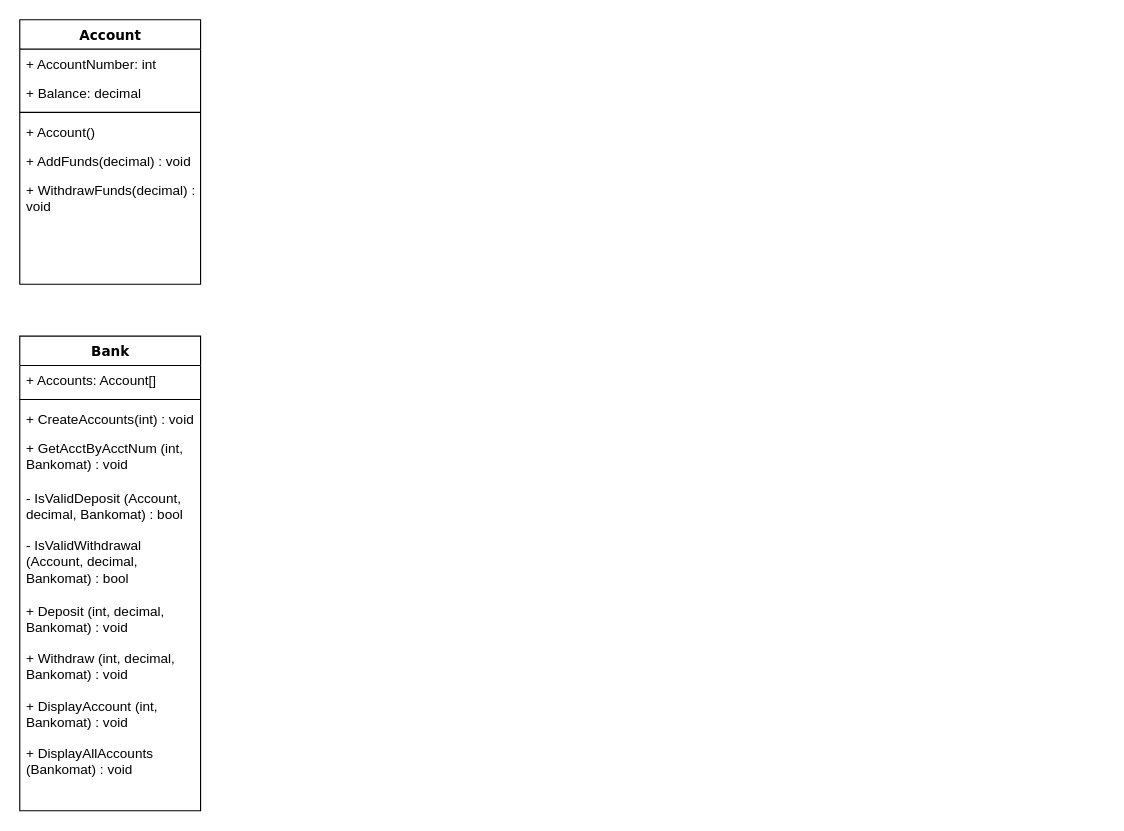
davidabrowning/sy25s-oop keeps this draw.io diagram as UppgiftBankomat/Bankomat Class Diagram.drawio. Above is the earlier version. Source tidied: cells renumbered, new cells numbered last; positions are measured from the earlier drawing's top-left corner, leaving out a move shared by most shapes. Both pictures are drawn from the tidied source at 113%, with x=0, y=0 at pixel (19, 19).
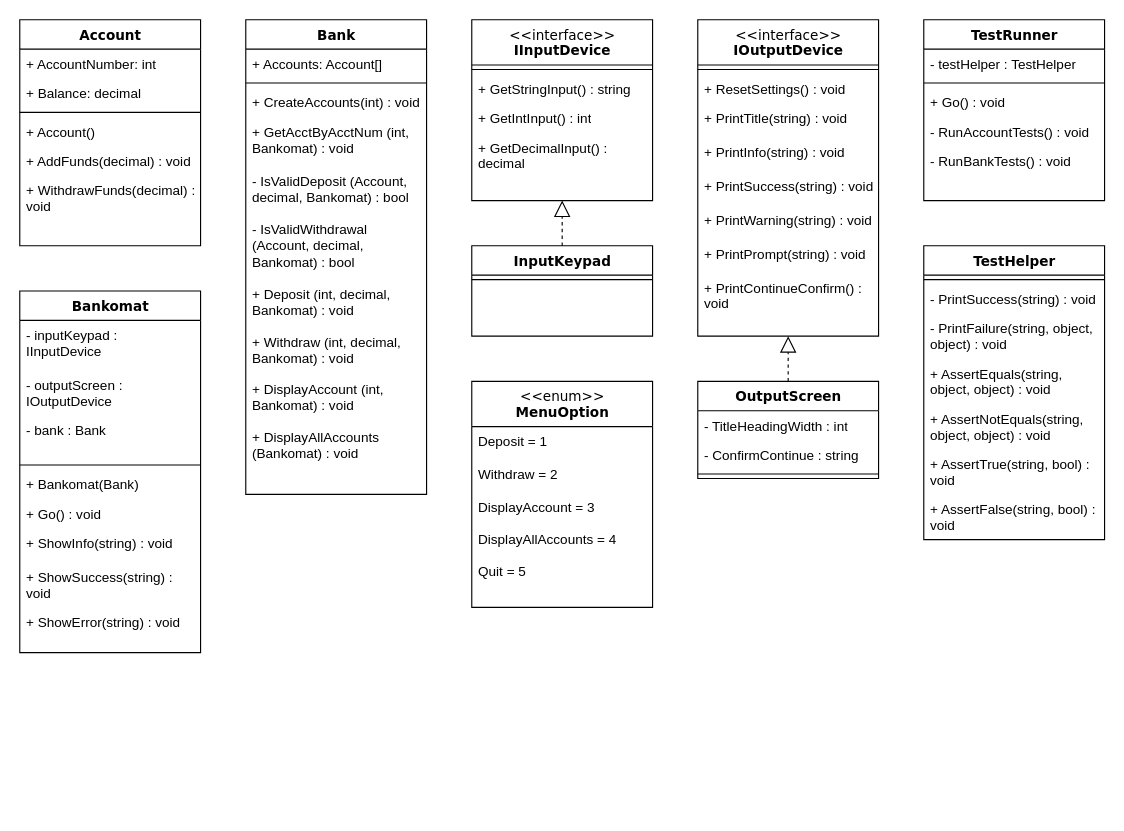
The same page after the edit.

Change to the diagram source:
```diff
@@
     <mxCell id="2" value="Account" style="swimlane;html=1;fontStyle=1;align=center;verticalAlign=top;horizontal=1;startSize=26;swimlaneFillColor=#ffffff;rounded=0;shadow=0;comic=0;labelBackgroundColor=none;strokeWidth=1;fillColor=none;fontFamily=Verdana;fontSize=12;" parent="1" vertex="1">
-      <mxGeometry width="160" height="234" as="geometry" />
+      <mxGeometry width="160" height="200" as="geometry" />
     </mxCell>
@@
     <mxCell id="9" value="Bank" style="swimlane;html=1;fontStyle=1;align=center;verticalAlign=top;horizontal=1;startSize=26;swimlaneFillColor=#ffffff;rounded=0;shadow=0;comic=0;labelBackgroundColor=none;strokeWidth=1;fillColor=none;fontFamily=Verdana;fontSize=12;" parent="1" vertex="1">
-      <mxGeometry y="280" width="160" height="420" as="geometry" />
+      <mxGeometry x="200" width="160" height="420" as="geometry" />
     </mxCell>
@@
+    <mxCell id="20" value="Bankomat" style="swimlane;html=1;fontStyle=1;align=center;verticalAlign=top;horizontal=1;startSize=26;swimlaneFillColor=#ffffff;rounded=0;shadow=0;comic=0;labelBackgroundColor=none;strokeWidth=1;fillColor=none;fontFamily=Verdana;fontSize=12;" parent="1" vertex="1">
+      <mxGeometry y="240" width="160" height="320" as="geometry" />
+    </mxCell>
+    <mxCell id="21" value="- inputKeypad : IInputDevice" style="text;html=1;strokeColor=none;fillColor=none;align=left;verticalAlign=top;spacingLeft=4;spacingRight=4;whiteSpace=wrap;overflow=hidden;" parent="20" vertex="1">
+      <mxGeometry y="26" width="160" height="44" as="geometry" />
+    </mxCell>
+    <mxCell id="22" value="- outputScreen : IOutputDevice" style="text;html=1;strokeColor=none;fillColor=none;align=left;verticalAlign=top;spacingLeft=4;spacingRight=4;whiteSpace=wrap;overflow=hidden;" parent="20" vertex="1">
+      <mxGeometry y="70" width="160" height="40" as="geometry" />
+    </mxCell>
+    <mxCell id="23" value="- bank : Bank" style="text;html=1;strokeColor=none;fillColor=none;align=left;verticalAlign=top;spacingLeft=4;spacingRight=4;whiteSpace=wrap;overflow=hidden;" parent="20" vertex="1">
+      <mxGeometry y="110" width="160" height="40" as="geometry" />
+    </mxCell>
+    <mxCell id="24" style="line;html=1;strokeWidth=1;fillColor=none;align=left;verticalAlign=middle;spacingTop=-1;spacingLeft=3;spacingRight=3;labelPosition=right;" parent="20" vertex="1">
+      <mxGeometry y="150" width="160" height="8" as="geometry" />
+    </mxCell>
+    <mxCell id="25" value="+ Bankomat(Bank)" style="text;html=1;strokeColor=none;fillColor=none;align=left;verticalAlign=top;spacingLeft=4;spacingRight=4;whiteSpace=wrap;overflow=hidden;" parent="20" vertex="1">
+      <mxGeometry y="158" width="160" height="26" as="geometry" />
+    </mxCell>
+    <mxCell id="26" value="+ Go() : void" style="text;html=1;strokeColor=none;fillColor=none;align=left;verticalAlign=top;spacingLeft=4;spacingRight=4;whiteSpace=wrap;overflow=hidden;" parent="20" vertex="1">
+      <mxGeometry y="184" width="160" height="26" as="geometry" />
+    </mxCell>
+    <mxCell id="27" value="+ ShowInfo(string) : void" style="text;html=1;strokeColor=none;fillColor=none;align=left;verticalAlign=top;spacingLeft=4;spacingRight=4;whiteSpace=wrap;overflow=hidden;" parent="20" vertex="1">
+      <mxGeometry y="210" width="160" height="30" as="geometry" />
+    </mxCell>
+    <mxCell id="28" value="+ ShowSuccess(string) : void" style="text;html=1;strokeColor=none;fillColor=none;align=left;verticalAlign=top;spacingLeft=4;spacingRight=4;whiteSpace=wrap;overflow=hidden;" parent="20" vertex="1">
+      <mxGeometry y="240" width="160" height="40" as="geometry" />
+    </mxCell>
+    <mxCell id="29" value="+ ShowError(string) : void" style="text;html=1;strokeColor=none;fillColor=none;align=left;verticalAlign=top;spacingLeft=4;spacingRight=4;whiteSpace=wrap;overflow=hidden;" parent="20" vertex="1">
+      <mxGeometry y="280" width="160" height="30" as="geometry" />
+    </mxCell>
+    <mxCell id="30" value="&lt;div&gt;&lt;span style=&quot;font-weight: 400;&quot;&gt;&amp;lt;&amp;lt;interface&amp;gt;&amp;gt;&lt;/span&gt;&lt;/div&gt;IInputDevice" style="swimlane;html=1;fontStyle=1;align=center;verticalAlign=top;horizontal=1;startSize=40;swimlaneFillColor=#ffffff;rounded=0;shadow=0;comic=0;labelBackgroundColor=none;strokeWidth=1;fillColor=none;fontFamily=Verdana;fontSize=12;" parent="1" vertex="1">
+      <mxGeometry x="400" width="160" height="160" as="geometry" />
+    </mxCell>
+    <mxCell id="31" style="line;html=1;strokeWidth=1;fillColor=none;align=left;verticalAlign=middle;spacingTop=-1;spacingLeft=3;spacingRight=3;labelPosition=right;" parent="30" vertex="1">
+      <mxGeometry y="40" width="160" height="8" as="geometry" />
+    </mxCell>
+    <mxCell id="32" value="+ GetStringInput() : string" style="text;html=1;strokeColor=none;fillColor=none;align=left;verticalAlign=top;spacingLeft=4;spacingRight=4;whiteSpace=wrap;overflow=hidden;" parent="30" vertex="1">
+      <mxGeometry y="48" width="160" height="26" as="geometry" />
+    </mxCell>
+    <mxCell id="33" value="+ GetIntInput() : int" style="text;html=1;strokeColor=none;fillColor=none;align=left;verticalAlign=top;spacingLeft=4;spacingRight=4;whiteSpace=wrap;overflow=hidden;" parent="30" vertex="1">
+      <mxGeometry y="74" width="160" height="26" as="geometry" />
+    </mxCell>
+    <mxCell id="34" value="+ GetDecimalInput() : decimal" style="text;html=1;strokeColor=none;fillColor=none;align=left;verticalAlign=top;spacingLeft=4;spacingRight=4;whiteSpace=wrap;overflow=hidden;" parent="30" vertex="1">
+      <mxGeometry y="100" width="160" height="42" as="geometry" />
+    </mxCell>
+    <mxCell id="35" value="InputKeypad" style="swimlane;html=1;fontStyle=1;align=center;verticalAlign=top;horizontal=1;startSize=26;swimlaneFillColor=#ffffff;rounded=0;shadow=0;comic=0;labelBackgroundColor=none;strokeWidth=1;fillColor=none;fontFamily=Verdana;fontSize=12;" parent="1" vertex="1">
+      <mxGeometry x="400" y="200" width="160" height="80" as="geometry" />
+    </mxCell>
+    <mxCell id="36" style="line;html=1;strokeWidth=1;fillColor=none;align=left;verticalAlign=middle;spacingTop=-1;spacingLeft=3;spacingRight=3;labelPosition=right;" parent="35" vertex="1">
+      <mxGeometry y="26" width="160" height="8" as="geometry" />
+    </mxCell>
+    <mxCell id="37" style="endArrow=block;dashed=1;endFill=0;endSize=12;html=1;rounded=0;entryX=0.5;entryY=1;entryDx=0;entryDy=0;exitX=0.5;exitY=0;exitDx=0;exitDy=0;" parent="1" edge="1" source="35" target="30">
+      <mxGeometry relative="1" as="geometry" />
+    </mxCell>
+    <mxCell id="38" value="&lt;div&gt;&lt;span style=&quot;font-weight: normal;&quot;&gt;&amp;lt;&amp;lt;interface&amp;gt;&amp;gt;&lt;/span&gt;&lt;/div&gt;IOutputDevice" style="swimlane;html=1;fontStyle=1;align=center;verticalAlign=top;horizontal=1;startSize=40;swimlaneFillColor=#ffffff;rounded=0;shadow=0;comic=0;labelBackgroundColor=none;strokeWidth=1;fillColor=none;fontFamily=Verdana;fontSize=12;" parent="1" vertex="1">
+      <mxGeometry x="600" width="160" height="280" as="geometry" />
+    </mxCell>
+    <mxCell id="39" style="line;html=1;strokeWidth=1;fillColor=none;align=left;verticalAlign=middle;spacingTop=-1;spacingLeft=3;spacingRight=3;labelPosition=right;" parent="38" vertex="1">
+      <mxGeometry y="40" width="160" height="8" as="geometry" />
+    </mxCell>
+    <mxCell id="40" value="+ ResetSettings() : void" style="text;html=1;strokeColor=none;fillColor=none;align=left;verticalAlign=top;spacingLeft=4;spacingRight=4;whiteSpace=wrap;overflow=hidden;" parent="38" vertex="1">
+      <mxGeometry y="48" width="160" height="26" as="geometry" />
+    </mxCell>
+    <mxCell id="41" value="+ PrintTitle(string) : void" style="text;html=1;strokeColor=none;fillColor=none;align=left;verticalAlign=top;spacingLeft=4;spacingRight=4;whiteSpace=wrap;overflow=hidden;" parent="38" vertex="1">
+      <mxGeometry y="74" width="160" height="30" as="geometry" />
+    </mxCell>
+    <mxCell id="42" value="+ PrintInfo(string) : void" style="text;html=1;strokeColor=none;fillColor=none;align=left;verticalAlign=top;spacingLeft=4;spacingRight=4;whiteSpace=wrap;overflow=hidden;" parent="38" vertex="1">
+      <mxGeometry y="104" width="160" height="30" as="geometry" />
+    </mxCell>
+    <mxCell id="43" value="+ PrintSuccess(string) : void" style="text;html=1;strokeColor=none;fillColor=none;align=left;verticalAlign=top;spacingLeft=4;spacingRight=4;whiteSpace=wrap;overflow=hidden;" parent="38" vertex="1">
+      <mxGeometry y="134" width="160" height="30" as="geometry" />
+    </mxCell>
+    <mxCell id="44" value="+ PrintWarning(string) : void" style="text;html=1;strokeColor=none;fillColor=none;align=left;verticalAlign=top;spacingLeft=4;spacingRight=4;whiteSpace=wrap;overflow=hidden;" parent="38" vertex="1">
+      <mxGeometry y="164" width="160" height="30" as="geometry" />
+    </mxCell>
+    <mxCell id="45" value="+ PrintPrompt(string) : void" style="text;html=1;strokeColor=none;fillColor=none;align=left;verticalAlign=top;spacingLeft=4;spacingRight=4;whiteSpace=wrap;overflow=hidden;" parent="38" vertex="1">
+      <mxGeometry y="194" width="160" height="30" as="geometry" />
+    </mxCell>
+    <mxCell id="46" value="+ PrintContinueConfirm() : void" style="text;html=1;strokeColor=none;fillColor=none;align=left;verticalAlign=top;spacingLeft=4;spacingRight=4;whiteSpace=wrap;overflow=hidden;" parent="38" vertex="1">
+      <mxGeometry y="224" width="160" height="40" as="geometry" />
+    </mxCell>
+    <mxCell id="47" value="OutputScreen" style="swimlane;html=1;fontStyle=1;align=center;verticalAlign=top;horizontal=1;startSize=26;swimlaneFillColor=#ffffff;rounded=0;shadow=0;comic=0;labelBackgroundColor=none;strokeWidth=1;fillColor=none;fontFamily=Verdana;fontSize=12;" parent="1" vertex="1">
+      <mxGeometry x="600" y="320" width="160" height="86" as="geometry" />
+    </mxCell>
+    <mxCell id="48" value="- TitleHeadingWidth : int" style="text;html=1;strokeColor=none;fillColor=none;align=left;verticalAlign=top;spacingLeft=4;spacingRight=4;whiteSpace=wrap;overflow=hidden;" parent="47" vertex="1">
+      <mxGeometry y="26" width="160" height="26" as="geometry" />
+    </mxCell>
+    <mxCell id="49" value="- ConfirmContinue : string" style="text;html=1;strokeColor=none;fillColor=none;align=left;verticalAlign=top;spacingLeft=4;spacingRight=4;whiteSpace=wrap;overflow=hidden;" parent="47" vertex="1">
+      <mxGeometry y="52" width="160" height="26" as="geometry" />
+    </mxCell>
+    <mxCell id="50" style="line;html=1;strokeWidth=1;fillColor=none;align=left;verticalAlign=middle;spacingTop=-1;spacingLeft=3;spacingRight=3;labelPosition=right;" parent="47" vertex="1">
+      <mxGeometry y="78" width="160" height="8" as="geometry" />
+    </mxCell>
+    <mxCell id="51" style="endArrow=block;dashed=1;endFill=0;endSize=12;html=1;rounded=0;entryX=0.5;entryY=1;entryDx=0;entryDy=0;exitX=0.5;exitY=0;exitDx=0;exitDy=0;" parent="1" edge="1" source="47" target="38">
+      <mxGeometry relative="1" as="geometry" />
+    </mxCell>
+    <mxCell id="52" value="&lt;div&gt;&lt;span style=&quot;font-weight: normal;&quot;&gt;&amp;lt;&amp;lt;enum&amp;gt;&amp;gt;&lt;/span&gt;&lt;/div&gt;MenuOption" style="swimlane;html=1;fontStyle=1;align=center;verticalAlign=top;horizontal=1;startSize=40;swimlaneFillColor=#ffffff;rounded=0;shadow=0;comic=0;labelBackgroundColor=none;strokeWidth=1;fillColor=none;fontFamily=Verdana;fontSize=12;" parent="1" vertex="1">
+      <mxGeometry x="400" y="320" width="160" height="200" as="geometry" />
+    </mxCell>
+    <mxCell id="53" value="Deposit = 1&lt;div&gt;&lt;br&gt;&lt;/div&gt;&lt;div&gt;Withdraw = 2&lt;/div&gt;&lt;div&gt;&lt;br&gt;&lt;/div&gt;&lt;div&gt;DisplayAccount = 3&lt;/div&gt;&lt;div&gt;&lt;br&gt;&lt;/div&gt;&lt;div&gt;DisplayAllAccounts = 4&lt;/div&gt;&lt;div&gt;&lt;br&gt;&lt;/div&gt;&lt;div&gt;Quit = 5&lt;/div&gt;" style="text;html=1;strokeColor=none;fillColor=none;align=left;verticalAlign=top;spacingLeft=4;spacingRight=4;whiteSpace=wrap;overflow=hidden;" parent="52" vertex="1">
+      <mxGeometry y="40" width="160" height="150" as="geometry" />
+    </mxCell>
+    <mxCell id="54" value="TestRunner" style="swimlane;html=1;fontStyle=1;align=center;verticalAlign=top;horizontal=1;startSize=26;swimlaneFillColor=#ffffff;rounded=0;shadow=0;comic=0;labelBackgroundColor=none;strokeWidth=1;fillColor=none;fontFamily=Verdana;fontSize=12;" parent="1" vertex="1">
+      <mxGeometry x="800" width="160" height="160" as="geometry" />
+    </mxCell>
+    <mxCell id="55" value="- testHelper : TestHelper" style="text;html=1;strokeColor=none;fillColor=none;align=left;verticalAlign=top;spacingLeft=4;spacingRight=4;whiteSpace=wrap;overflow=hidden;" parent="54" vertex="1">
+      <mxGeometry y="26" width="160" height="26" as="geometry" />
+    </mxCell>
+    <mxCell id="56" style="line;html=1;strokeWidth=1;fillColor=none;align=left;verticalAlign=middle;spacingTop=-1;spacingLeft=3;spacingRight=3;labelPosition=right;" parent="54" vertex="1">
+      <mxGeometry y="52" width="160" height="8" as="geometry" />
+    </mxCell>
+    <mxCell id="57" value="+ Go() : void" style="text;html=1;strokeColor=none;fillColor=none;align=left;verticalAlign=top;spacingLeft=4;spacingRight=4;whiteSpace=wrap;overflow=hidden;" parent="54" vertex="1">
+      <mxGeometry y="60" width="160" height="26" as="geometry" />
+    </mxCell>
+    <mxCell id="58" value="- RunAccountTests() : void" style="text;html=1;strokeColor=none;fillColor=none;align=left;verticalAlign=top;spacingLeft=4;spacingRight=4;whiteSpace=wrap;overflow=hidden;" parent="54" vertex="1">
+      <mxGeometry y="86" width="160" height="26" as="geometry" />
+    </mxCell>
+    <mxCell id="59" value="- RunBankTests() : void" style="text;html=1;strokeColor=none;fillColor=none;align=left;verticalAlign=top;spacingLeft=4;spacingRight=4;whiteSpace=wrap;overflow=hidden;" parent="54" vertex="1">
+      <mxGeometry y="112" width="160" height="42" as="geometry" />
+    </mxCell>
+    <mxCell id="60" value="TestHelper" style="swimlane;html=1;fontStyle=1;align=center;verticalAlign=top;horizontal=1;startSize=26;swimlaneFillColor=#ffffff;rounded=0;shadow=0;comic=0;labelBackgroundColor=none;strokeWidth=1;fillColor=none;fontFamily=Verdana;fontSize=12;" parent="1" vertex="1">
+      <mxGeometry x="800" y="200" width="160" height="260" as="geometry" />
+    </mxCell>
+    <mxCell id="61" style="line;html=1;strokeWidth=1;fillColor=none;align=left;verticalAlign=middle;spacingTop=-1;spacingLeft=3;spacingRight=3;labelPosition=right;" parent="60" vertex="1">
+      <mxGeometry y="26" width="160" height="8" as="geometry" />
+    </mxCell>
+    <mxCell id="62" value="- PrintSuccess(string) : void" style="text;html=1;strokeColor=none;fillColor=none;align=left;verticalAlign=top;spacingLeft=4;spacingRight=4;whiteSpace=wrap;overflow=hidden;" parent="60" vertex="1">
+      <mxGeometry y="34" width="160" height="26" as="geometry" />
+    </mxCell>
+    <mxCell id="63" value="- PrintFailure(string, object, object) : void" style="text;html=1;strokeColor=none;fillColor=none;align=left;verticalAlign=top;spacingLeft=4;spacingRight=4;whiteSpace=wrap;overflow=hidden;" parent="60" vertex="1">
+      <mxGeometry y="60" width="160" height="40" as="geometry" />
+    </mxCell>
+    <mxCell id="64" value="+ AssertEquals(string, object, object) : void" style="text;html=1;strokeColor=none;fillColor=none;align=left;verticalAlign=top;spacingLeft=4;spacingRight=4;whiteSpace=wrap;overflow=hidden;" parent="60" vertex="1">
+      <mxGeometry y="100" width="160" height="40" as="geometry" />
+    </mxCell>
+    <mxCell id="65" value="+ AssertNotEquals(string, object, object) : void" style="text;html=1;strokeColor=none;fillColor=none;align=left;verticalAlign=top;spacingLeft=4;spacingRight=4;whiteSpace=wrap;overflow=hidden;" parent="60" vertex="1">
+      <mxGeometry y="140" width="160" height="40" as="geometry" />
+    </mxCell>
+    <mxCell id="66" value="+ AssertTrue(string, bool) : void" style="text;html=1;strokeColor=none;fillColor=none;align=left;verticalAlign=top;spacingLeft=4;spacingRight=4;whiteSpace=wrap;overflow=hidden;" parent="60" vertex="1">
+      <mxGeometry y="180" width="160" height="40" as="geometry" />
+    </mxCell>
+    <mxCell id="67" value="+ AssertFalse(string, bool) : void" style="text;html=1;strokeColor=none;fillColor=none;align=left;verticalAlign=top;spacingLeft=4;spacingRight=4;whiteSpace=wrap;overflow=hidden;" parent="60" vertex="1">
+      <mxGeometry y="220" width="160" height="40" as="geometry" />
+    </mxCell>
```
